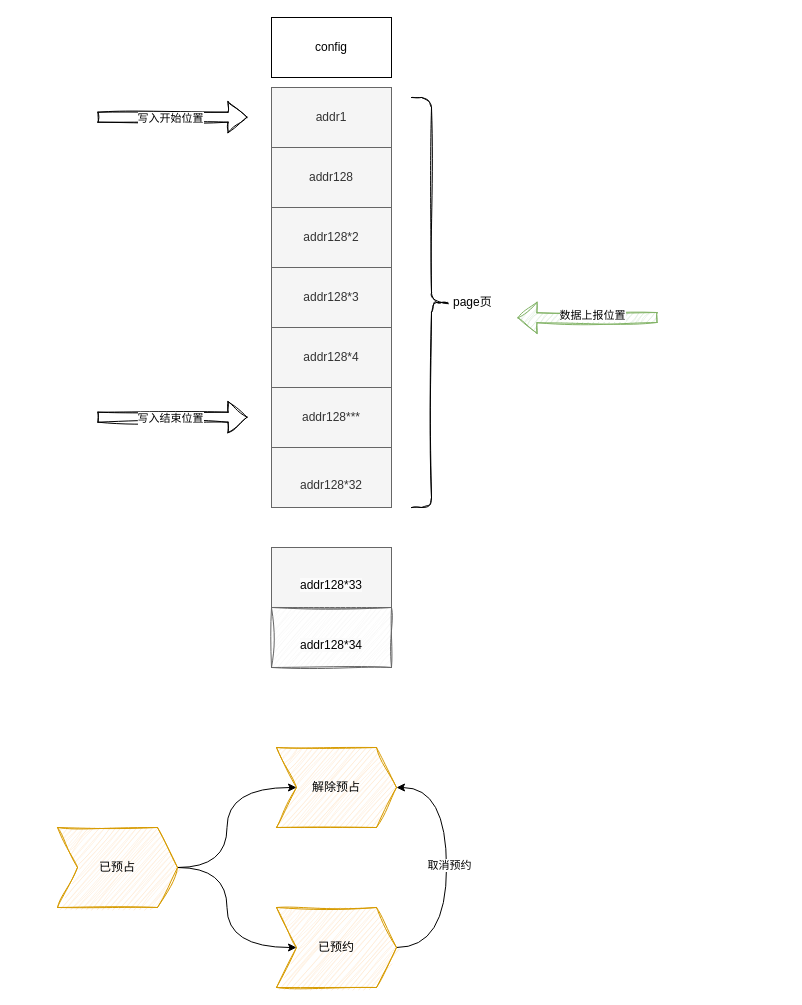
nayouzhenai/java_web keeps this draw.io diagram as page "第 4 页" (4 of 5) of GCroot.drawio. Above is the earlier version. Source tidied: cells renumbered, new cells numbered last; positions are measured from the earlier drawing's top-left corner, leaving out a move shared by most shapes. Both pictures are drawn from the tidied source at 100%, with x=0, y=0 at pixel (57, 17).
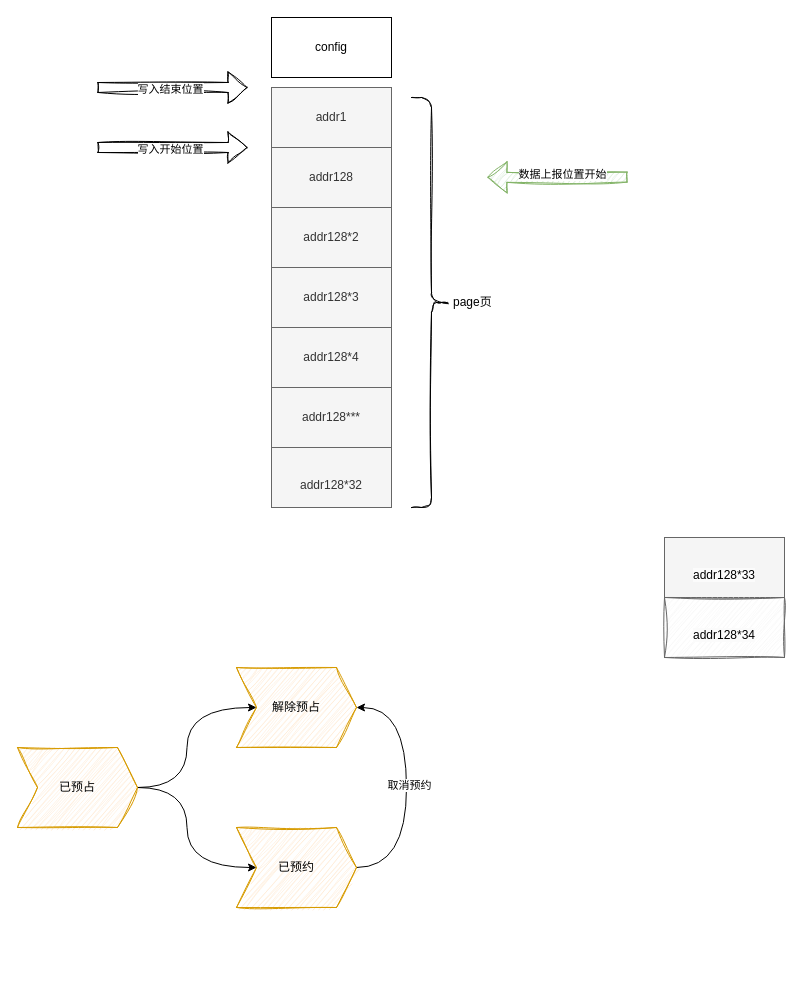
The same page after the edit.

Diff of the diagram source:
```diff
@@
     <mxCell id="9" value="&lt;br&gt;&lt;span style=&quot;color: rgb(0, 0, 0); font-family: Helvetica; font-size: 12px; font-style: normal; font-variant-ligatures: normal; font-variant-caps: normal; font-weight: 400; letter-spacing: normal; orphans: 2; text-align: center; text-indent: 0px; text-transform: none; widows: 2; word-spacing: 0px; -webkit-text-stroke-width: 0px; white-space: normal; background-color: rgb(251, 251, 251); text-decoration-thickness: initial; text-decoration-style: initial; text-decoration-color: initial; display: inline !important; float: none;&quot;&gt;addr128*33&lt;/span&gt;" style="rounded=0;whiteSpace=wrap;html=1;fillColor=#f5f5f5;strokeColor=#666666;glass=0;shadow=0;fontColor=#333333;" parent="1" vertex="1">
-      <mxGeometry x="214" y="530" width="120" height="60" as="geometry" />
+      <mxGeometry x="607" y="520" width="120" height="60" as="geometry" />
     </mxCell>
     <mxCell id="10" style="shape=flexArrow;endArrow=classic;html=1;rounded=0;spacingBottom=1;shadow=0;flowAnimation=0;sketch=1;curveFitting=1;jiggle=2;" parent="1" edge="1">
       <mxGeometry relative="1" as="geometry">
-        <mxPoint x="40" y="99.7" as="sourcePoint" />
-        <mxPoint x="190" y="99.7" as="targetPoint" />
+        <mxPoint x="40" y="130" as="sourcePoint" />
+        <mxPoint x="190" y="130" as="targetPoint" />
       </mxGeometry>
     </mxCell>
@@
     <mxCell id="12" style="shape=flexArrow;endArrow=classic;html=1;rounded=0;spacingBottom=1;sketch=1;curveFitting=1;jiggle=2;fillColor=#d5e8d4;strokeColor=#82b366;" parent="1" edge="1">
       <mxGeometry relative="1" as="geometry">
-        <mxPoint x="600" y="300" as="sourcePoint" />
-        <mxPoint x="460" y="300.3" as="targetPoint" />
+        <mxPoint x="570" y="159.6" as="sourcePoint" />
+        <mxPoint x="430" y="159.9" as="targetPoint" />
       </mxGeometry>
     </mxCell>
-    <mxCell id="13" value="数据上报位置" style="edgeLabel;html=1;align=center;verticalAlign=middle;" parent="12" vertex="1">
+    <mxCell id="13" value="数据上报位置开始" style="edgeLabel;html=1;align=center;verticalAlign=middle;" parent="12" vertex="1">
       <mxGeometry x="-0.06" y="-2" relative="1" as="geometry">
         <mxPoint x="1" y="-1" as="offset" />
       </mxGeometry>
     </mxCell>
     <mxCell id="14" style="shape=flexArrow;endArrow=classic;html=1;rounded=0;spacingBottom=1;shadow=0;sketch=1;curveFitting=1;jiggle=2;" parent="1" edge="1">
       <mxGeometry relative="1" as="geometry">
-        <mxPoint x="40" y="399.7" as="sourcePoint" />
-        <mxPoint x="190" y="399.7" as="targetPoint" />
+        <mxPoint x="40" y="70" as="sourcePoint" />
+        <mxPoint x="190" y="70" as="targetPoint" />
       </mxGeometry>
     </mxCell>
@@
     <mxCell id="16" value="&lt;br&gt;&lt;span style=&quot;color: rgb(0, 0, 0); font-family: Helvetica; font-size: 12px; font-style: normal; font-variant-ligatures: normal; font-variant-caps: normal; font-weight: 400; letter-spacing: normal; orphans: 2; text-align: center; text-indent: 0px; text-transform: none; widows: 2; word-spacing: 0px; -webkit-text-stroke-width: 0px; white-space: normal; background-color: rgb(251, 251, 251); text-decoration-thickness: initial; text-decoration-style: initial; text-decoration-color: initial; display: inline !important; float: none;&quot;&gt;addr128*34&lt;/span&gt;" style="rounded=0;whiteSpace=wrap;html=1;fillColor=#f5f5f5;strokeColor=#666666;glass=0;sketch=1;curveFitting=1;jiggle=2;shadow=0;fontColor=#333333;" parent="1" vertex="1">
-      <mxGeometry x="214" y="590" width="120" height="60" as="geometry" />
+      <mxGeometry x="607" y="580" width="120" height="60" as="geometry" />
     </mxCell>
@@
     <mxCell id="21" value="已预占" style="shape=step;perimeter=stepPerimeter;whiteSpace=wrap;html=1;fixedSize=1;shadow=0;fillColor=#ffe6cc;strokeColor=#d79b00;sketch=1;curveFitting=1;jiggle=2;" parent="1" vertex="1">
-      <mxGeometry y="810" width="120" height="80" as="geometry" />
+      <mxGeometry x="-40" y="730" width="120" height="80" as="geometry" />
     </mxCell>
     <mxCell id="22" style="edgeStyle=orthogonalEdgeStyle;shape=connector;curved=1;rounded=0;jettySize=auto;html=1;exitX=1;exitY=0.5;exitDx=0;exitDy=0;shadow=0;strokeColor=default;align=center;verticalAlign=middle;fontFamily=Helvetica;fontSize=11;fontColor=default;labelBackgroundColor=default;endArrow=classic;flowAnimation=1;entryX=1;entryY=0.5;entryDx=0;entryDy=0;" parent="1" edge="1" source="24" target="25">
       <mxGeometry relative="1" as="geometry">
         <Array as="points">
-          <mxPoint x="389" y="930" />
-          <mxPoint x="389" y="770" />
+          <mxPoint x="349" y="850" />
+          <mxPoint x="349" y="690" />
         </Array>
       </mxGeometry>
     </mxCell>
@@
     <mxCell id="24" value="已预约" style="shape=step;perimeter=stepPerimeter;whiteSpace=wrap;html=1;fixedSize=1;shadow=0;fillColor=#ffe6cc;strokeColor=#d79b00;sketch=1;curveFitting=1;jiggle=2;" parent="1" vertex="1">
-      <mxGeometry x="219" y="890" width="120" height="80" as="geometry" />
+      <mxGeometry x="179" y="810" width="120" height="80" as="geometry" />
     </mxCell>
     <mxCell id="25" value="解除预占" style="shape=step;perimeter=stepPerimeter;whiteSpace=wrap;html=1;fixedSize=1;shadow=0;fillColor=#ffe6cc;strokeColor=#d79b00;sketch=1;curveFitting=1;jiggle=2;" parent="1" vertex="1">
-      <mxGeometry x="219" y="730" width="120" height="80" as="geometry" />
+      <mxGeometry x="179" y="650" width="120" height="80" as="geometry" />
     </mxCell>
```
